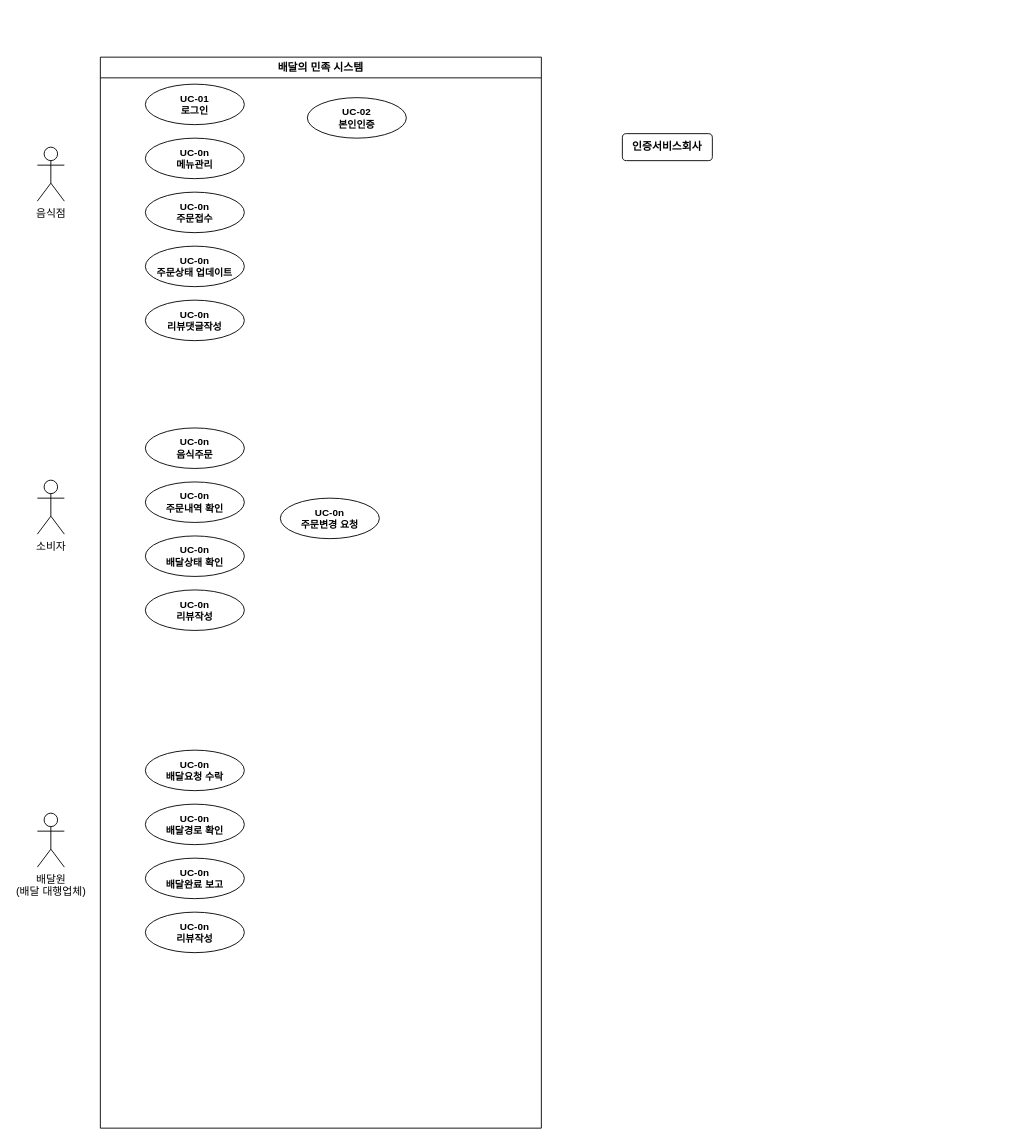
hyun10144/Lecture3-1 keeps this draw.io diagram as 소웨공 기말.drawio. Above is the earlier version. Source tidied: cells renumbered, new cells numbered last; positions are measured from the earlier drawing's top-left corner, leaving out a move shared by most shapes. Both pictures are drawn from the tidied source at 90%, with x=0, y=0 at pixel (37, 57).
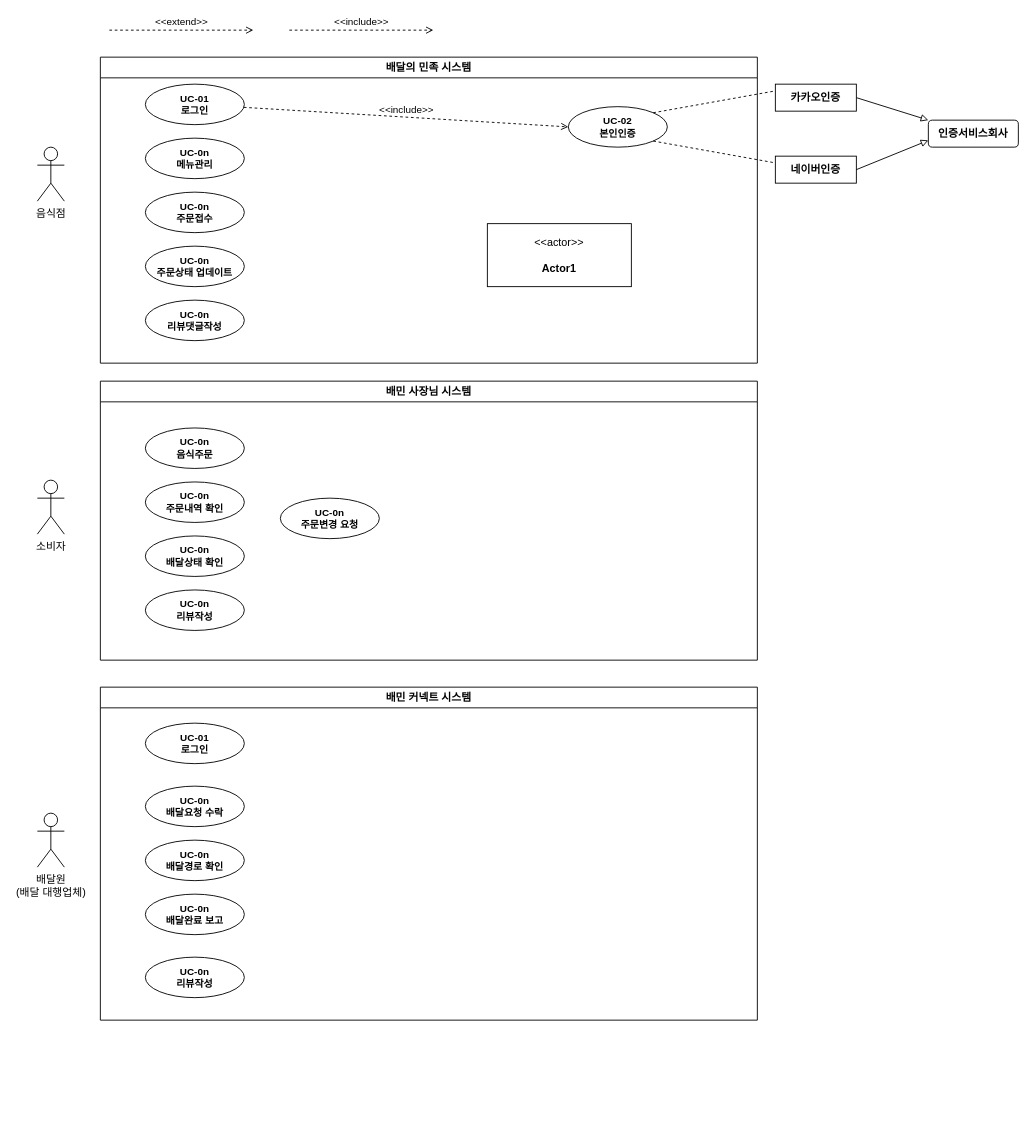
After the change.

Commit message:
소웨공 기말.drawio 업데이트

The change refers to these unchanged cells:
```xml
<mxCell id="3" value="&lt;div&gt;UC-01&lt;/div&gt;로그인" style="ellipse;whiteSpace=wrap;html=1;fontFamily=Helvetica;fontSize=11;fontColor=default;labelBackgroundColor=default;fontStyle=1;" parent="2" vertex="1">
  <mxGeometry x="50" y="30" width="110" height="45" as="geometry" />
</mxCell>
```

What changed in the source:
```diff
@@
     <mxCell id="2" value="배달의 민족 시스템" style="swimlane;whiteSpace=wrap;html=1;" parent="1" vertex="1">
-      <mxGeometry x="70" width="490" height="1190" as="geometry" />
+      <mxGeometry x="70" width="730" height="340" as="geometry" />
     </mxCell>
@@
     <mxCell id="7" value="&lt;div&gt;&lt;b&gt;UC-02&lt;/b&gt;&lt;/div&gt;&lt;b&gt;본인인증&lt;/b&gt;" style="ellipse;whiteSpace=wrap;html=1;fontFamily=Helvetica;fontSize=11;fontColor=default;labelBackgroundColor=default;" parent="2" vertex="1">
-      <mxGeometry x="230" y="45" width="110" height="45" as="geometry" />
+      <mxGeometry x="520" y="55" width="110" height="45" as="geometry" />
     </mxCell>
@@
-    <mxCell id="13" value="&lt;div&gt;&lt;b&gt;UC-0n&lt;/b&gt;&lt;/div&gt;&lt;b&gt;배달요청 수락&lt;/b&gt;" style="ellipse;whiteSpace=wrap;html=1;fontFamily=Helvetica;fontSize=11;fontColor=default;labelBackgroundColor=default;" parent="2" vertex="1">
-      <mxGeometry x="50" y="770" width="110" height="45" as="geometry" />
-    </mxCell>
-    <mxCell id="14" value="&lt;div&gt;&lt;b&gt;UC-0n&lt;/b&gt;&lt;/div&gt;&lt;b&gt;배달경로 확인&lt;/b&gt;" style="ellipse;whiteSpace=wrap;html=1;fontFamily=Helvetica;fontSize=11;fontColor=default;labelBackgroundColor=default;" parent="2" vertex="1">
-      <mxGeometry x="50" y="830" width="110" height="45" as="geometry" />
-    </mxCell>
-    <mxCell id="15" value="&lt;div&gt;&lt;b&gt;UC-0n&lt;/b&gt;&lt;/div&gt;&lt;b&gt;배달완료 보고&lt;/b&gt;" style="ellipse;whiteSpace=wrap;html=1;fontFamily=Helvetica;fontSize=11;fontColor=default;labelBackgroundColor=default;" parent="2" vertex="1">
-      <mxGeometry x="50" y="890" width="110" height="45" as="geometry" />
-    </mxCell>
-    <mxCell id="16" value="&lt;div&gt;&lt;b&gt;UC-0n&lt;/b&gt;&lt;/div&gt;&lt;b&gt;리뷰작성&lt;/b&gt;" style="ellipse;whiteSpace=wrap;html=1;fontFamily=Helvetica;fontSize=11;fontColor=default;labelBackgroundColor=default;" parent="2" vertex="1">
-      <mxGeometry x="50" y="950" width="110" height="45" as="geometry" />
-    </mxCell>
@@
+    <mxCell id="22" value="&amp;lt;&amp;lt;include&amp;gt;&amp;gt;" style="html=1;verticalAlign=bottom;labelBackgroundColor=none;endArrow=open;endFill=0;dashed=1;rounded=0;entryX=0;entryY=0.5;entryDx=0;entryDy=0;" parent="2" edge="1" source="3" target="7">
+      <mxGeometry relative="1" as="geometry" />
+    </mxCell>
+    <mxCell id="23" value="&amp;lt;&amp;lt;actor&amp;gt;&amp;gt;&lt;br&gt;&lt;br&gt;&lt;b&gt;Actor1&lt;/b&gt;" style="html=1;align=center;verticalAlign=middle;dashed=0;whiteSpace=wrap;" parent="2" vertex="1">
+      <mxGeometry x="430" y="185" width="160" height="70" as="geometry" />
+    </mxCell>
@@
     <mxCell id="21" value="&lt;b&gt;인증서비스회사&lt;/b&gt;" style="rounded=1;whiteSpace=wrap;html=1;" parent="1" vertex="1">
-      <mxGeometry x="650" y="85" width="100" height="30" as="geometry" />
+      <mxGeometry x="990" y="70" width="100" height="30" as="geometry" />
     </mxCell>
+    <mxCell id="24" value="&lt;b&gt;네이버인증&lt;/b&gt;" style="rounded=0;whiteSpace=wrap;html=1;" parent="1" vertex="1">
+      <mxGeometry x="820" y="110" width="90" height="30" as="geometry" />
+    </mxCell>
+    <mxCell id="25" style="rounded=0;jettySize=auto;html=1;exitX=1;exitY=0.5;exitDx=0;exitDy=0;endArrow=block;endFill=0;curved=0;strokeWidth=1;entryX=0;entryY=0;entryDx=0;entryDy=0;" parent="1" edge="1" source="26" target="21">
+      <mxGeometry relative="1" as="geometry" />
+    </mxCell>
+    <mxCell id="26" value="&lt;b&gt;카카오인증&lt;/b&gt;" style="rounded=0;whiteSpace=wrap;html=1;" parent="1" vertex="1">
+      <mxGeometry x="820" y="30" width="90" height="30" as="geometry" />
+    </mxCell>
+    <mxCell id="27" style="rounded=0;jettySize=auto;html=1;exitX=1;exitY=0.5;exitDx=0;exitDy=0;endArrow=block;endFill=0;curved=0;strokeWidth=1;entryX=0;entryY=0.75;entryDx=0;entryDy=0;" parent="1" edge="1" source="24" target="21">
+      <mxGeometry relative="1" as="geometry" />
+    </mxCell>
+    <mxCell id="28" value="&amp;lt;&amp;lt;include&amp;gt;&amp;gt;" style="html=1;verticalAlign=bottom;labelBackgroundColor=none;endArrow=open;endFill=0;dashed=1;rounded=0;" parent="1" edge="1">
+      <mxGeometry relative="1" as="geometry">
+        <mxPoint x="280" y="-30" as="sourcePoint" />
+        <mxPoint x="440" y="-30" as="targetPoint" />
+      </mxGeometry>
+    </mxCell>
+    <mxCell id="29" value="&amp;lt;&amp;lt;extend&amp;gt;&amp;gt;" style="html=1;verticalAlign=bottom;labelBackgroundColor=none;endArrow=open;endFill=0;dashed=1;rounded=0;" parent="1" edge="1">
+      <mxGeometry relative="1" as="geometry">
+        <mxPoint x="80" y="-30" as="sourcePoint" />
+        <mxPoint x="240" y="-30" as="targetPoint" />
+      </mxGeometry>
+    </mxCell>
+    <mxCell id="30" style="endArrow=none;dashed=1;html=1;rounded=0;exitX=1;exitY=0;exitDx=0;exitDy=0;entryX=0;entryY=0.25;entryDx=0;entryDy=0;" parent="1" edge="1" source="7" target="26">
+      <mxGeometry relative="1" as="geometry" />
+    </mxCell>
+    <mxCell id="31" style="endArrow=none;dashed=1;html=1;rounded=0;exitX=1;exitY=1;exitDx=0;exitDy=0;entryX=0;entryY=0.25;entryDx=0;entryDy=0;" parent="1" edge="1" source="7" target="24">
+      <mxGeometry relative="1" as="geometry" />
+    </mxCell>
+    <mxCell id="32" value="배민 커넥트 시스템" style="swimlane;whiteSpace=wrap;html=1;" parent="1" vertex="1">
+      <mxGeometry x="70" y="700" width="730" height="370" as="geometry" />
+    </mxCell>
+    <mxCell id="33" value="&lt;div&gt;UC-01&lt;/div&gt;로그인" style="ellipse;whiteSpace=wrap;html=1;fontFamily=Helvetica;fontSize=11;fontColor=default;labelBackgroundColor=default;fontStyle=1;" parent="32" vertex="1">
+      <mxGeometry x="50" y="40" width="110" height="45" as="geometry" />
+    </mxCell>
+    <mxCell id="16" value="&lt;div&gt;&lt;b&gt;UC-0n&lt;/b&gt;&lt;/div&gt;&lt;b&gt;리뷰작성&lt;/b&gt;" style="ellipse;whiteSpace=wrap;html=1;fontFamily=Helvetica;fontSize=11;fontColor=default;labelBackgroundColor=default;" parent="32" vertex="1">
+      <mxGeometry x="50" y="300" width="110" height="45" as="geometry" />
+    </mxCell>
+    <mxCell id="15" value="&lt;div&gt;&lt;b&gt;UC-0n&lt;/b&gt;&lt;/div&gt;&lt;b&gt;배달완료 보고&lt;/b&gt;" style="ellipse;whiteSpace=wrap;html=1;fontFamily=Helvetica;fontSize=11;fontColor=default;labelBackgroundColor=default;" parent="32" vertex="1">
+      <mxGeometry x="50" y="230" width="110" height="45" as="geometry" />
+    </mxCell>
+    <mxCell id="14" value="&lt;div&gt;&lt;b&gt;UC-0n&lt;/b&gt;&lt;/div&gt;&lt;b&gt;배달경로 확인&lt;/b&gt;" style="ellipse;whiteSpace=wrap;html=1;fontFamily=Helvetica;fontSize=11;fontColor=default;labelBackgroundColor=default;" parent="32" vertex="1">
+      <mxGeometry x="50" y="170" width="110" height="45" as="geometry" />
+    </mxCell>
+    <mxCell id="13" value="&lt;div&gt;&lt;b&gt;UC-0n&lt;/b&gt;&lt;/div&gt;&lt;b&gt;배달요청 수락&lt;/b&gt;" style="ellipse;whiteSpace=wrap;html=1;fontFamily=Helvetica;fontSize=11;fontColor=default;labelBackgroundColor=default;" parent="32" vertex="1">
+      <mxGeometry x="50" y="110" width="110" height="45" as="geometry" />
+    </mxCell>
+    <mxCell id="34" value="배민 사장님 시스템" style="swimlane;whiteSpace=wrap;html=1;" parent="1" vertex="1">
+      <mxGeometry x="70" y="360" width="730" height="310" as="geometry" />
+    </mxCell>
```
